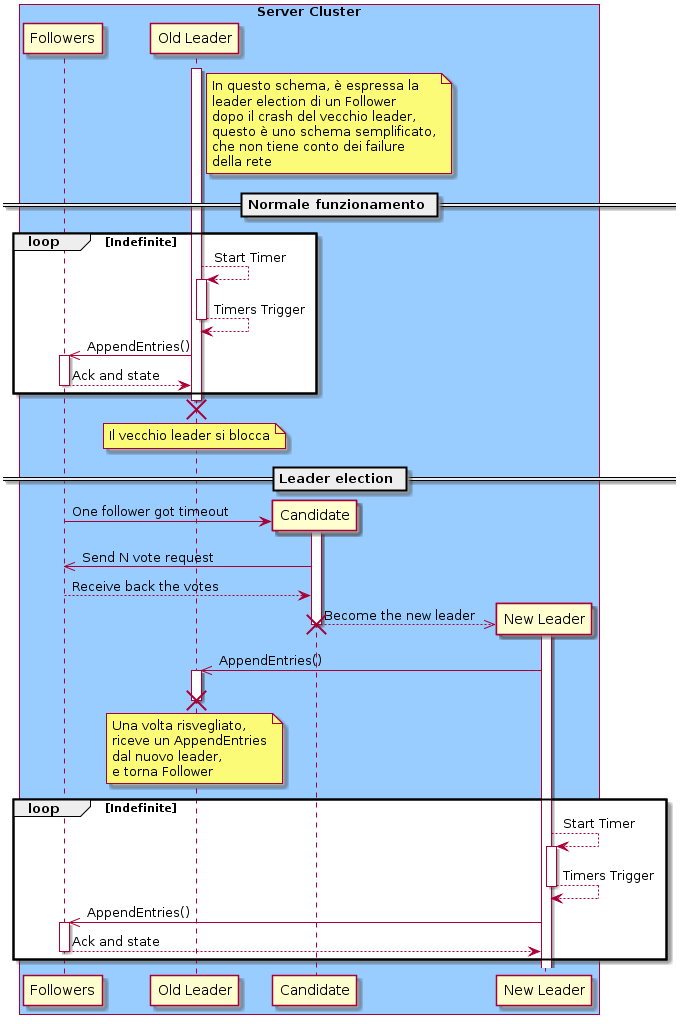
This is doc/plantuml/rendered/SeqDiagram/LeaderElection.png from thedevstone/akka-raft, a PlantUML export, as it was before one commit.
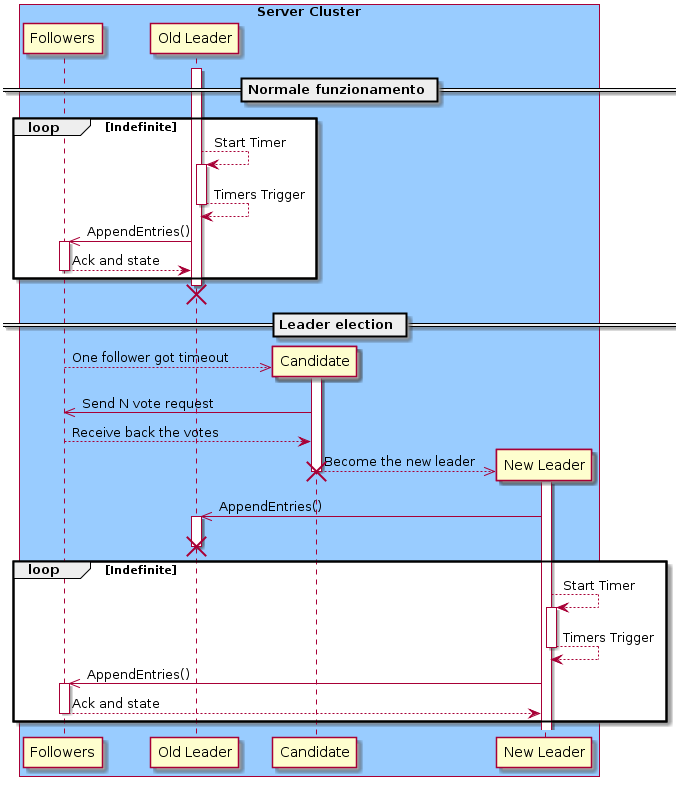
The same diagram one commit later.

Commit message:
rigenerazione delle immagini dopo modifiche generali per rendere tutte le immagini più piccole, in ogni caso si tratta solo di -l-,-u-ecc.. e andate a capo più spesse

Change to the diagram source:
```diff
@@ -6,14 +6,6 @@
     participant "New Leader" as Leader
   activate OldLeader
 
-  note right OldLeader
-    In questo schema, è espressa la
-    leader election di un Follower
-    dopo il crash del vecchio leader,
-    questo è uno schema semplificato,
-    che non tiene conto dei failure
-    della rete
-  end note
   == Normale funzionamento ==
   loop Indefinite
     OldLeader --> OldLeader ++ : Start Timer
@@ -24,9 +16,8 @@
     deactivate Followers
   end group
     destroy OldLeader
-  note over OldLeader :Il vecchio leader si blocca
   == Leader election ==
-  Followers -> Candidate ** : One follower got timeout
+  Followers -->> Candidate ** : One follower got timeout
   activate Candidate
   Candidate ->> Followers : Send N vote request
   Followers --> Candidate : Receive back the votes
@@ -37,12 +28,6 @@
   destroy Candidate
   Leader ->> OldLeader : AppendEntries()
   activate OldLeader
-  note Over OldLeader
-    Una volta risvegliato,
-    riceve un AppendEntries
-    dal nuovo leader,
-    e torna Follower
-  end note
   destroy OldLeader
   loop Indefinite
     Leader --> Leader ++ : Start Timer
```
